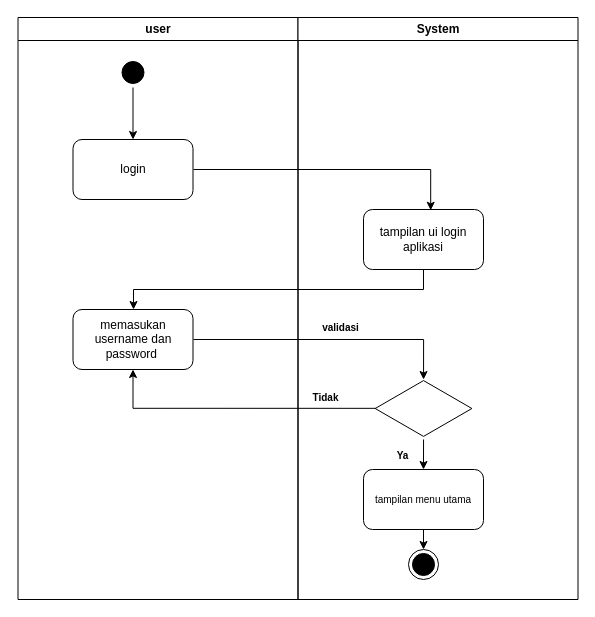
This is flowchart/activityDiagram.drawio from gunadermawan/skripsi, a draw.io file, before an edit. Source tidied: cells renumbered, new cells numbered last; positions are measured from the earlier drawing's top-left corner, leaving out a move shared by most shapes. Both pictures are drawn from the tidied source at 100%, with x=0, y=0 at pixel (17, 17).
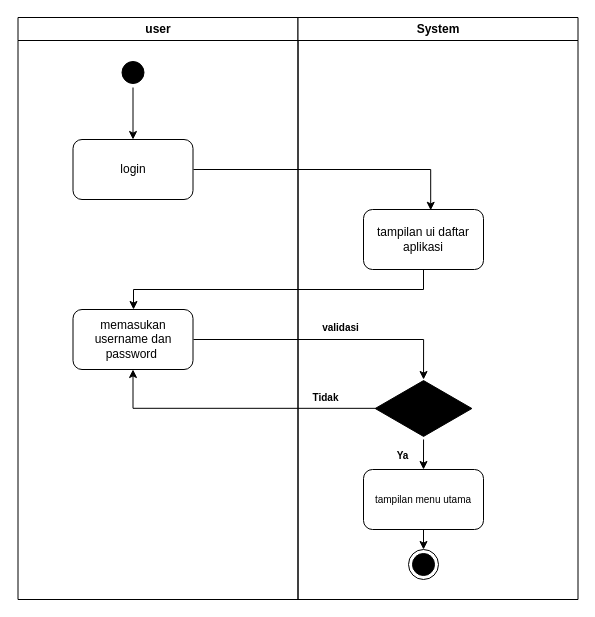
The same page after the edit.

Commit message (it also covers changes not shown here):
update bab 4: membuat activity diagram

Unchanged cells that the change refers to:
```xml
<mxCell id="7" value="System" style="swimlane;whiteSpace=wrap;" parent="1" vertex="1">
  <mxGeometry x="280.5" width="280" height="582" as="geometry" />
</mxCell>
```

The edit, as a diff of the source:
```diff
@@
-    <mxCell id="8" value="tampilan ui login aplikasi" style="rounded=1;whiteSpace=wrap;html=1;" parent="7" vertex="1">
+    <mxCell id="8" value="tampilan ui daftar aplikasi" style="rounded=1;whiteSpace=wrap;html=1;" parent="7" vertex="1">
       <mxGeometry x="65.5" y="192" width="120" height="60" as="geometry" />
     </mxCell>
-    <mxCell id="9" style="html=1;whiteSpace=wrap;shape=isoRectangle;" parent="7" vertex="1">
+    <mxCell id="9" style="html=1;whiteSpace=wrap;shape=isoRectangle;fillColor=#000000;" parent="7" vertex="1">
       <mxGeometry x="77.2" y="362" width="96.7" height="58" as="geometry" />
     </mxCell>
```
